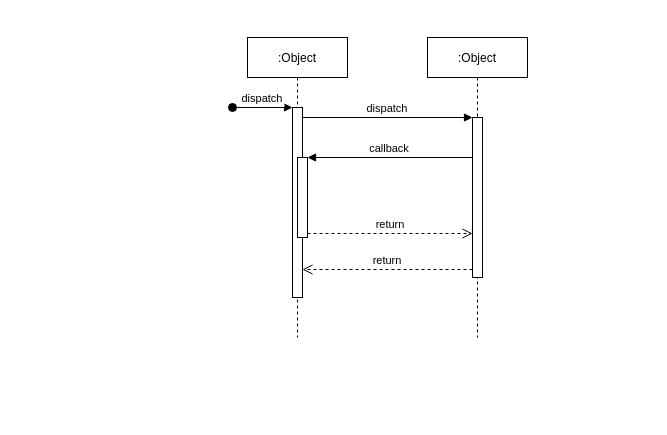
This is user reg sequence.drawio from JohnMugambi/Files, a draw.io file, before an edit. Source tidied: cells renumbered, new cells numbered last; positions are measured from the earlier drawing's top-left corner, leaving out a move shared by most shapes. Both pictures are drawn from the tidied source at 100%, with x=0, y=0 at pixel (232, 37).
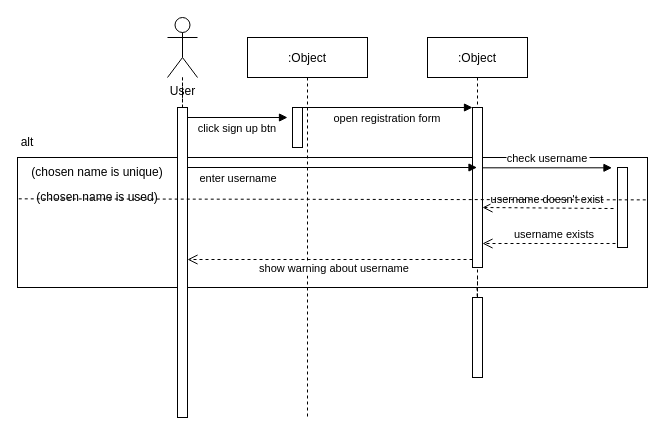
After the change.

The edit, as a diff of the source:
```diff
@@
+    <mxCell id="12" style="rounded=0;whiteSpace=wrap;html=1;" parent="1" vertex="1">
+      <mxGeometry x="-215" y="120" width="630" height="130" as="geometry" />
+    </mxCell>
-    <mxCell id="2" value=":Object" style="shape=umlLifeline;perimeter=lifelinePerimeter;rounded=0;shadow=0;strokeWidth=1;" parent="1" vertex="1">
-      <mxGeometry x="15" width="100" height="300" as="geometry" />
+    <mxCell id="2" value=":Object" style="shape=umlLifeline;perimeter=lifelinePerimeter;rounded=0;shadow=0;strokeWidth=1;fillColor=none;" parent="1" vertex="1">
+      <mxGeometry x="15" width="120" height="380" as="geometry" />
     </mxCell>
     <mxCell id="3" style="points=[];perimeter=orthogonalPerimeter;rounded=0;shadow=0;strokeWidth=1;" parent="2" vertex="1">
-      <mxGeometry x="45" y="70" width="10" height="190" as="geometry" />
+      <mxGeometry x="45" y="70" width="10" height="40" as="geometry" />
     </mxCell>
-    <mxCell id="4" value="dispatch" style="verticalAlign=bottom;startArrow=oval;endArrow=block;startSize=8;shadow=0;strokeWidth=1;" parent="2" edge="1" target="3">
-      <mxGeometry relative="1" as="geometry">
-        <mxPoint x="-15" y="70" as="sourcePoint" />
-      </mxGeometry>
-    </mxCell>
-    <mxCell id="5" style="points=[];perimeter=orthogonalPerimeter;rounded=0;shadow=0;strokeWidth=1;" parent="2" vertex="1">
-      <mxGeometry x="50" y="120" width="10" height="80" as="geometry" />
-    </mxCell>
+    <mxCell id="13" style="edgeStyle=orthogonalEdgeStyle;rounded=0;jettySize=auto;html=1;dashed=1;endArrow=none;endFill=0;" parent="1" edge="1" source="6" target="25">
+      <mxGeometry relative="1" as="geometry" />
+    </mxCell>
     <mxCell id="6" value=":Object" style="shape=umlLifeline;perimeter=lifelinePerimeter;rounded=0;shadow=0;strokeWidth=1;" parent="1" vertex="1">
-      <mxGeometry x="195" width="100" height="300" as="geometry" />
+      <mxGeometry x="195" width="100" height="250" as="geometry" />
     </mxCell>
     <mxCell id="7" style="points=[];perimeter=orthogonalPerimeter;rounded=0;shadow=0;strokeWidth=1;" parent="6" vertex="1">
-      <mxGeometry x="45" y="80" width="10" height="160" as="geometry" />
+      <mxGeometry x="45" y="70" width="10" height="160" as="geometry" />
     </mxCell>
-    <mxCell id="8" value="return" style="verticalAlign=bottom;endArrow=open;dashed=1;endSize=8;exitX=0;exitY=0.95;shadow=0;strokeWidth=1;" parent="1" edge="1" source="7" target="3">
-      <mxGeometry relative="1" as="geometry" />
+    <mxCell id="8" value="show warning about username" style="verticalAlign=bottom;endArrow=open;dashed=1;endSize=8;exitX=0;exitY=0.95;shadow=0;strokeWidth=1;" parent="1" edge="1" source="7" target="17">
+      <mxGeometry x="-0.03" y="18" relative="1" as="geometry" />
     </mxCell>
-    <mxCell id="9" value="dispatch" style="verticalAlign=bottom;endArrow=block;entryX=0;entryY=0;shadow=0;strokeWidth=1;" parent="1" edge="1" source="3" target="7">
-      <mxGeometry relative="1" as="geometry" />
+    <mxCell id="9" value="open registration form" style="verticalAlign=bottom;endArrow=block;entryX=0;entryY=0;shadow=0;strokeWidth=1;" parent="1" edge="1" source="3" target="7">
+      <mxGeometry y="-20" relative="1" as="geometry" />
     </mxCell>
-    <mxCell id="10" value="callback" style="verticalAlign=bottom;endArrow=block;entryX=1;entryY=0;shadow=0;strokeWidth=1;" parent="1" edge="1" source="7" target="5">
+    <mxCell id="10" value="check username" style="verticalAlign=bottom;endArrow=block;entryX=-0.553;entryY=0.004;shadow=0;strokeWidth=1;entryDx=0;entryDy=0;entryPerimeter=0;" parent="1" edge="1" source="7" target="5">
       <mxGeometry relative="1" as="geometry" />
     </mxCell>
-    <mxCell id="11" value="return" style="verticalAlign=bottom;endArrow=open;dashed=1;endSize=8;exitX=1;exitY=0.95;shadow=0;strokeWidth=1;" parent="1" edge="1" source="5" target="7">
+    <mxCell id="11" value="username exists" style="verticalAlign=bottom;endArrow=open;dashed=1;endSize=8;exitX=1;exitY=0.95;shadow=0;strokeWidth=1;" parent="1" edge="1" source="5" target="7">
       <mxGeometry relative="1" as="geometry" />
     </mxCell>
+    <mxCell id="5" style="points=[];perimeter=orthogonalPerimeter;rounded=0;shadow=0;strokeWidth=1;" parent="1" vertex="1">
+      <mxGeometry x="385" y="130" width="10" height="80" as="geometry" />
+    </mxCell>
+    <mxCell id="14" style="edgeStyle=orthogonalEdgeStyle;rounded=0;jettySize=auto;html=1;dashed=1;endArrow=none;endFill=0;" parent="1" edge="1" source="15" target="17">
+      <mxGeometry relative="1" as="geometry" />
+    </mxCell>
+    <mxCell id="15" value="User" style="shape=umlActor;verticalLabelPosition=bottom;verticalAlign=top;html=1;outlineConnect=0;" parent="1" vertex="1">
+      <mxGeometry x="-65" y="-20" width="30" height="60" as="geometry" />
+    </mxCell>
+    <mxCell id="16" style="edgeStyle=orthogonalEdgeStyle;rounded=0;jettySize=auto;html=1;dashed=1;endArrow=none;endFill=0;" parent="1" edge="1" source="17" target="15">
+      <mxGeometry relative="1" as="geometry" />
+    </mxCell>
+    <mxCell id="17" style="points=[];perimeter=orthogonalPerimeter;rounded=0;shadow=0;strokeWidth=1;" parent="1" vertex="1">
+      <mxGeometry x="-55" y="70" width="10" height="310" as="geometry" />
+    </mxCell>
+    <mxCell id="18" value="click sign up btn" style="verticalAlign=bottom;endArrow=block;shadow=0;strokeWidth=1;" parent="1" edge="1">
+      <mxGeometry y="-20" relative="1" as="geometry">
+        <mxPoint x="-45" y="80" as="sourcePoint" />
+        <mxPoint x="55" y="80" as="targetPoint" />
+      </mxGeometry>
+    </mxCell>
+    <mxCell id="19" value="enter username" style="verticalAlign=bottom;endArrow=block;shadow=0;strokeWidth=1;" parent="1" edge="1" target="6">
+      <mxGeometry x="-0.65" y="-20" relative="1" as="geometry">
+        <mxPoint x="-45" y="130" as="sourcePoint" />
+      </mxGeometry>
+    </mxCell>
+    <mxCell id="20" value="username doesn't exist" style="verticalAlign=bottom;endArrow=open;dashed=1;endSize=8;shadow=0;strokeWidth=1;exitX=-0.4;exitY=0.513;exitDx=0;exitDy=0;exitPerimeter=0;" parent="1" edge="1" source="5">
+      <mxGeometry relative="1" as="geometry">
+        <mxPoint x="250" y="170" as="targetPoint" />
+      </mxGeometry>
+    </mxCell>
+    <mxCell id="21" style="endArrow=none;dashed=1;html=1;rounded=0;exitX=0.002;exitY=0.318;exitDx=0;exitDy=0;entryX=1.001;entryY=0.326;entryDx=0;entryDy=0;entryPerimeter=0;exitPerimeter=0;" parent="1" edge="1" source="12" target="12">
+      <mxGeometry relative="1" as="geometry" />
+    </mxCell>
+    <mxCell id="22" value="(chosen name is unique)" style="text;html=1;strokeColor=none;fillColor=none;align=center;verticalAlign=middle;whiteSpace=wrap;rounded=0;" parent="1" vertex="1">
+      <mxGeometry x="-215" y="120" width="160" height="30" as="geometry" />
+    </mxCell>
+    <mxCell id="23" value="(chosen name is used)" style="text;html=1;strokeColor=none;fillColor=none;align=center;verticalAlign=middle;whiteSpace=wrap;rounded=0;" parent="1" vertex="1">
+      <mxGeometry x="-215" y="145" width="160" height="30" as="geometry" />
+    </mxCell>
+    <mxCell id="24" value="alt" style="text;html=1;strokeColor=none;fillColor=none;align=center;verticalAlign=middle;whiteSpace=wrap;rounded=0;" parent="1" vertex="1">
+      <mxGeometry x="-215" y="95" width="20" height="20" as="geometry" />
+    </mxCell>
+    <mxCell id="25" style="points=[];perimeter=orthogonalPerimeter;rounded=0;shadow=0;strokeWidth=1;" parent="1" vertex="1">
+      <mxGeometry x="240" y="260" width="10" height="80" as="geometry" />
+    </mxCell>
```
